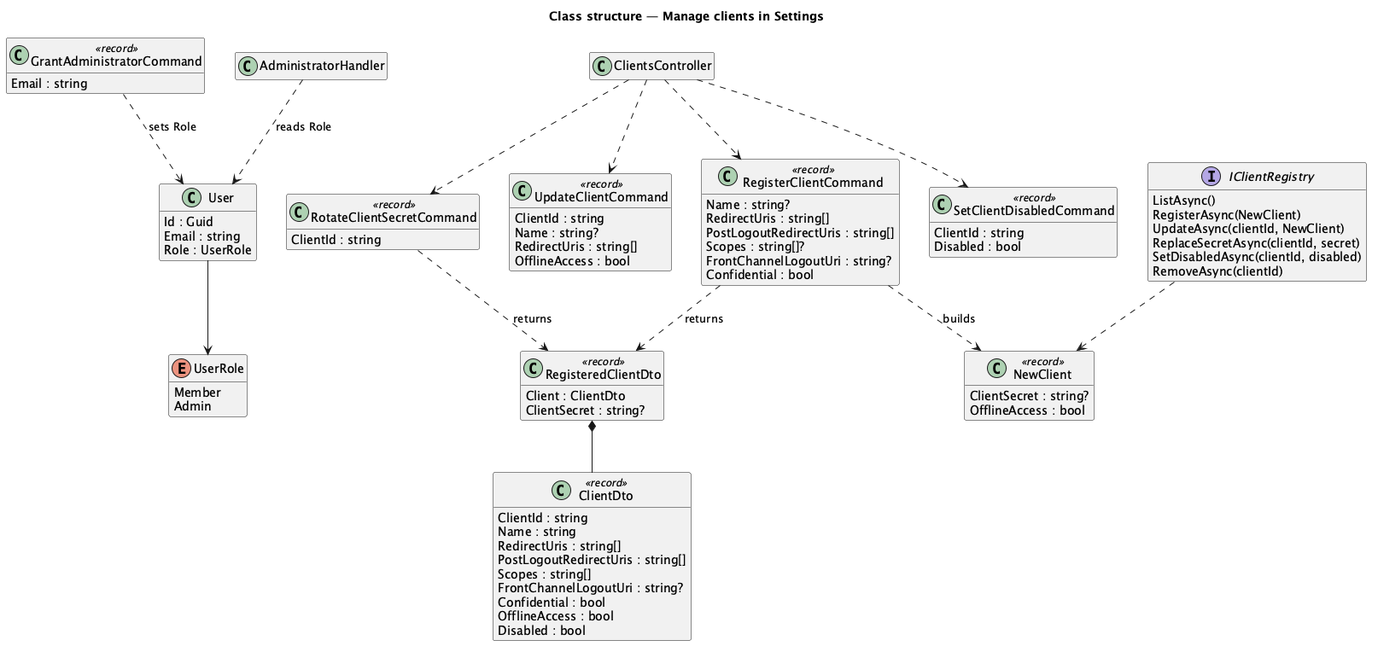
Earlier version of the PlantUML export docs/detailed-designs/identity-provider/manage-clients-in-settings/diagrams/class-structure.png (QuinntyneBrown/ingresso).
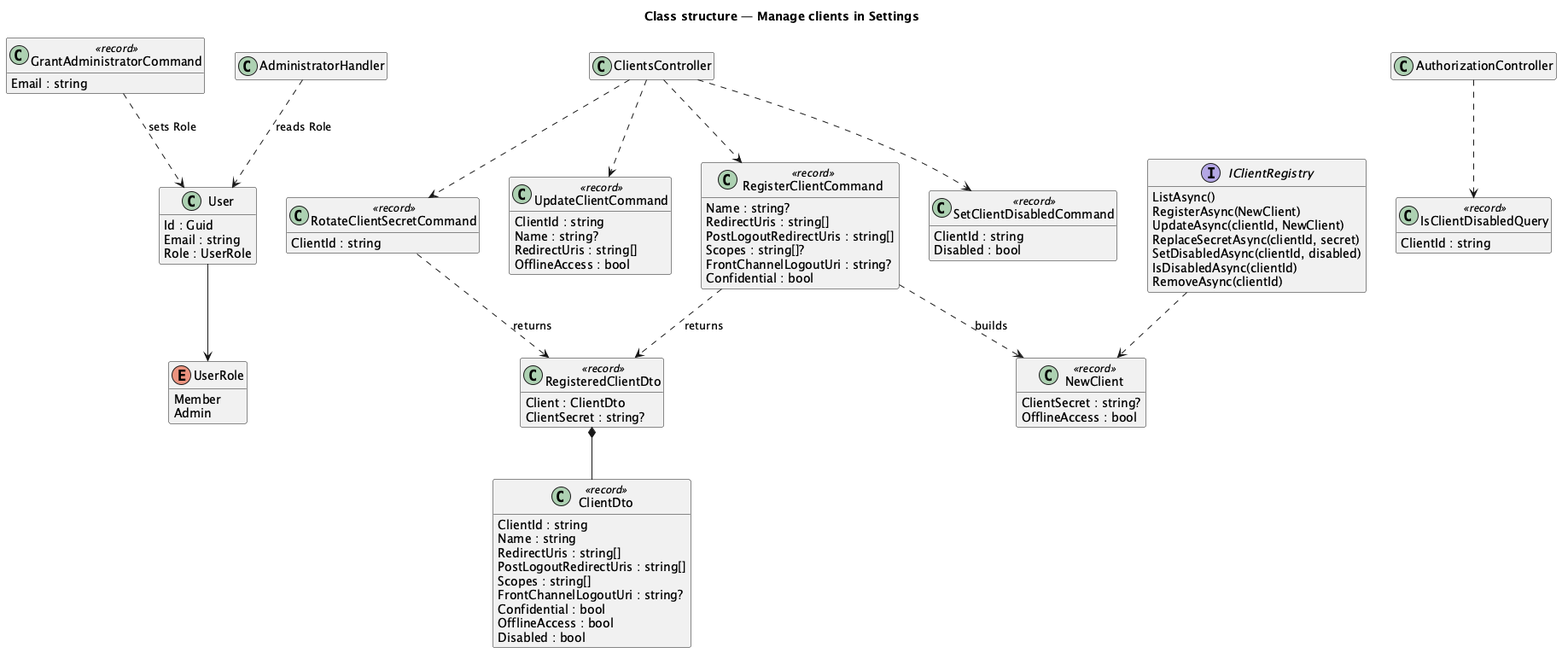
After the change.

Diff of the diagram source:
```diff
@@ -54,12 +54,17 @@
   ClientId : string
   Disabled : bool
 }
+class IsClientDisabledQuery <<record>> {
+  ClientId : string
+}
+class AuthorizationController
 interface IClientRegistry {
   ListAsync()
   RegisterAsync(NewClient)
   UpdateAsync(clientId, NewClient)
   ReplaceSecretAsync(clientId, secret)
   SetDisabledAsync(clientId, disabled)
+  IsDisabledAsync(clientId)
   RemoveAsync(clientId)
 }
 class AdministratorHandler
@@ -72,6 +77,7 @@
 ClientsController ..> UpdateClientCommand
 ClientsController ..> RotateClientSecretCommand
 ClientsController ..> SetClientDisabledCommand
+AuthorizationController ..> IsClientDisabledQuery
 RotateClientSecretCommand ..> RegisteredClientDto : returns
 AdministratorHandler ..> User : reads Role
 GrantAdministratorCommand ..> User : sets Role
```
